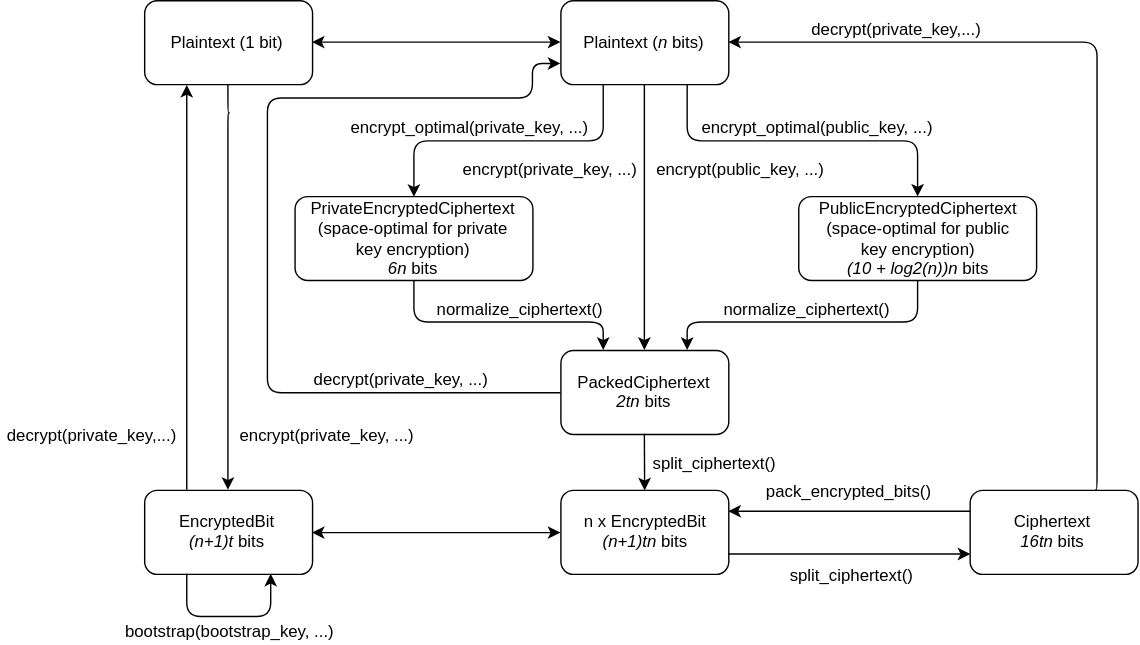
The draw.io diagram docs/src/sgfhe.svg in nucypher/SGFHE.jl, before a commit. Source tidied: cells renumbered, new cells last; positions are measured from the earlier drawing's top-left corner, leaving out a move shared by most shapes.
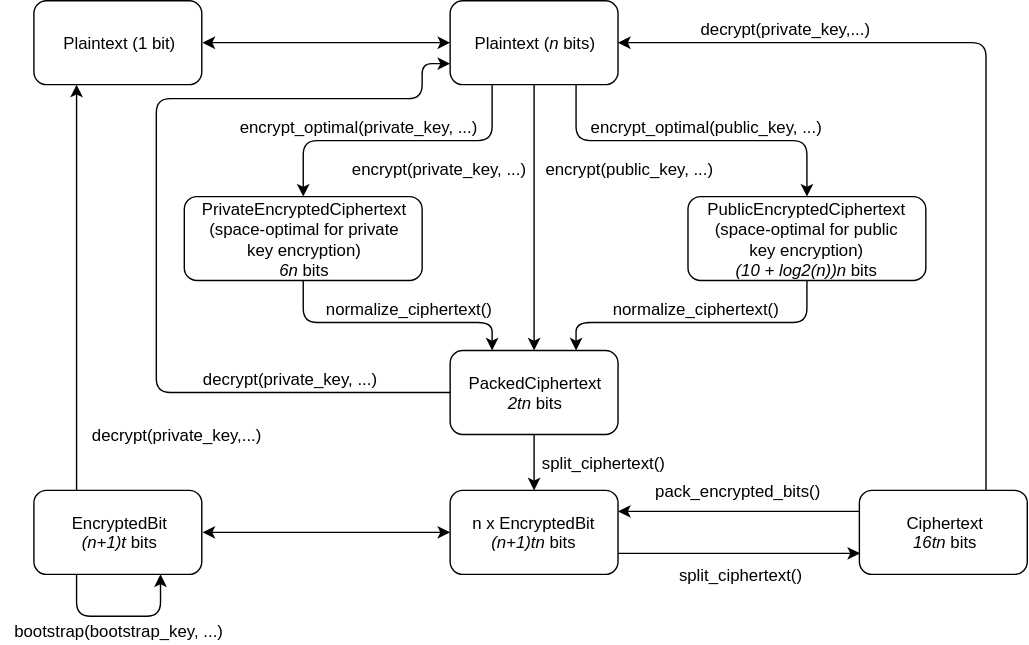
After the commit.

Commit message:
Remove encrypt(Bool) and rework the manual accordingly

The edit, as a diff of the source:
```diff
@@ -74,14 +74,6 @@
         </Array>
       </mxGeometry>
     </mxCell>
-    <mxCell id="19" style="endArrow=classic;html=1;edgeStyle=orthogonalEdgeStyle;entryX=0.5;entryY=0;exitX=0.5;exitY=1;" parent="1" edge="1" source="3" target="20">
-      <mxGeometry relative="1" as="geometry">
-        <Array as="points">
-          <mxPoint x="163" y="80" />
-          <mxPoint x="163" y="80" />
-        </Array>
-      </mxGeometry>
-    </mxCell>
     <mxCell id="20" value="EncryptedBit&lt;br&gt;&lt;i&gt;(n+1)t&lt;/i&gt; bits&lt;br&gt;" style="rounded=1;whiteSpace=wrap;html=1;" parent="1" vertex="1">
       <mxGeometry x="102.5" y="350" width="120" height="60" as="geometry" />
     </mxCell>
@@ -118,11 +110,8 @@
     <mxCell id="31" style="endArrow=classic;html=1;exitX=0.25;exitY=0;entryX=0.25;entryY=1;" parent="1" edge="1" source="20" target="3">
       <mxGeometry relative="1" as="geometry" />
     </mxCell>
-    <mxCell id="32" value="encrypt(private_key, ...)" style="text;html=1;strokeColor=none;fillColor=none;align=center;verticalAlign=middle;whiteSpace=wrap;rounded=0;" parent="1" vertex="1">
-      <mxGeometry x="163" y="300" width="138" height="20" as="geometry" />
-    </mxCell>
     <mxCell id="33" value="decrypt(private_key,...)" style="text;html=1;strokeColor=none;fillColor=none;align=center;verticalAlign=middle;whiteSpace=wrap;rounded=0;" parent="1" vertex="1">
-      <mxGeometry y="300" width="130" height="20" as="geometry" />
+      <mxGeometry x="140" y="300" width="130" height="20" as="geometry" />
     </mxCell>
     <mxCell id="34" value="split_ciphertext()" style="text;html=1;strokeColor=none;fillColor=none;align=center;verticalAlign=middle;whiteSpace=wrap;rounded=0;" parent="1" vertex="1">
       <mxGeometry x="460" y="320" width="98" height="20" as="geometry" />
```
